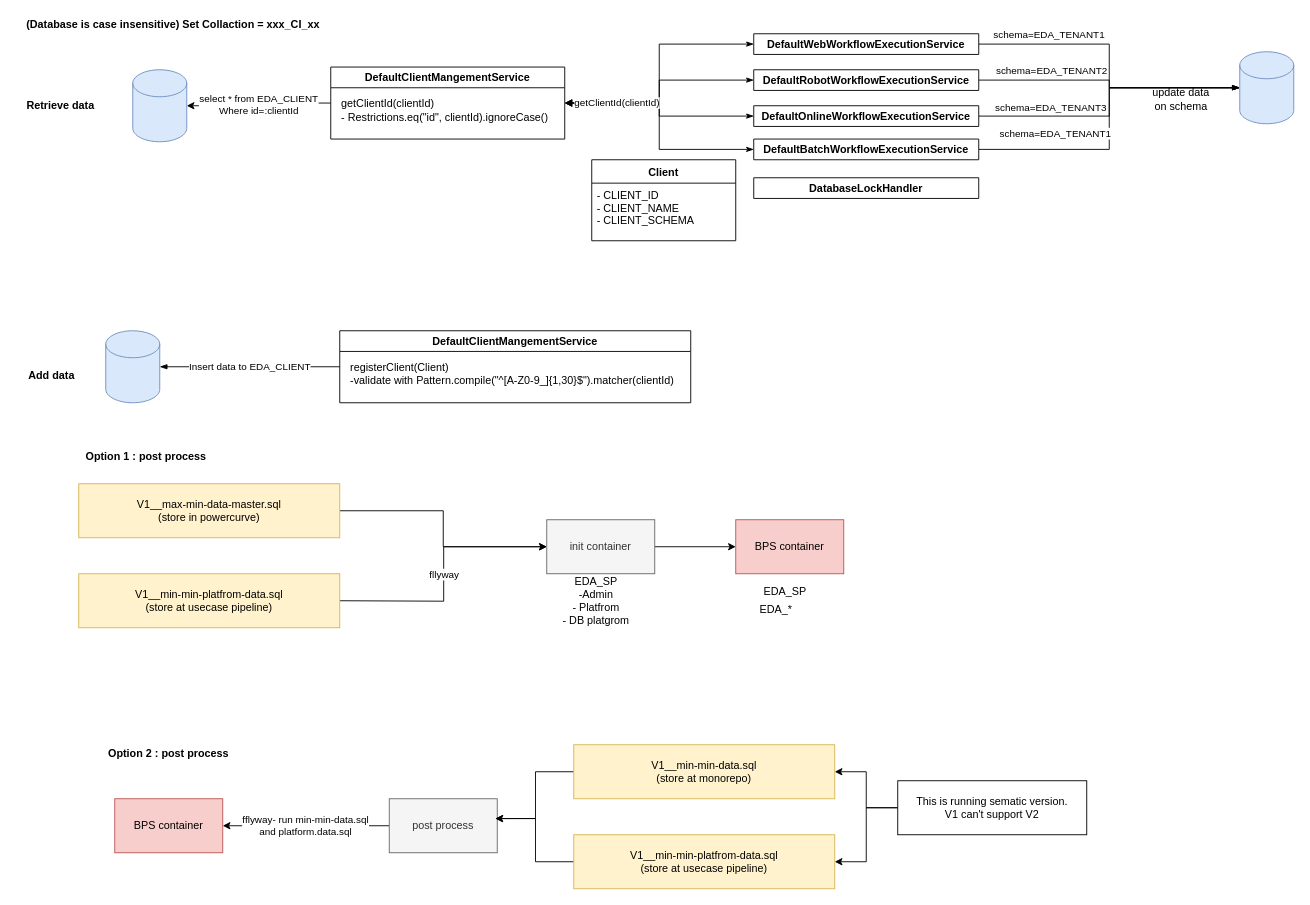
cjjian/Diagram keeps this draw.io diagram as BPS-Client-ID-Usage.drawio. Above is the earlier version. Source tidied: cells renumbered, new cells numbered last; positions are measured from the earlier drawing's top-left corner, leaving out a move shared by most shapes. Both pictures are drawn from the tidied source at 90%, with x=0, y=0 at pixel (15, 15).
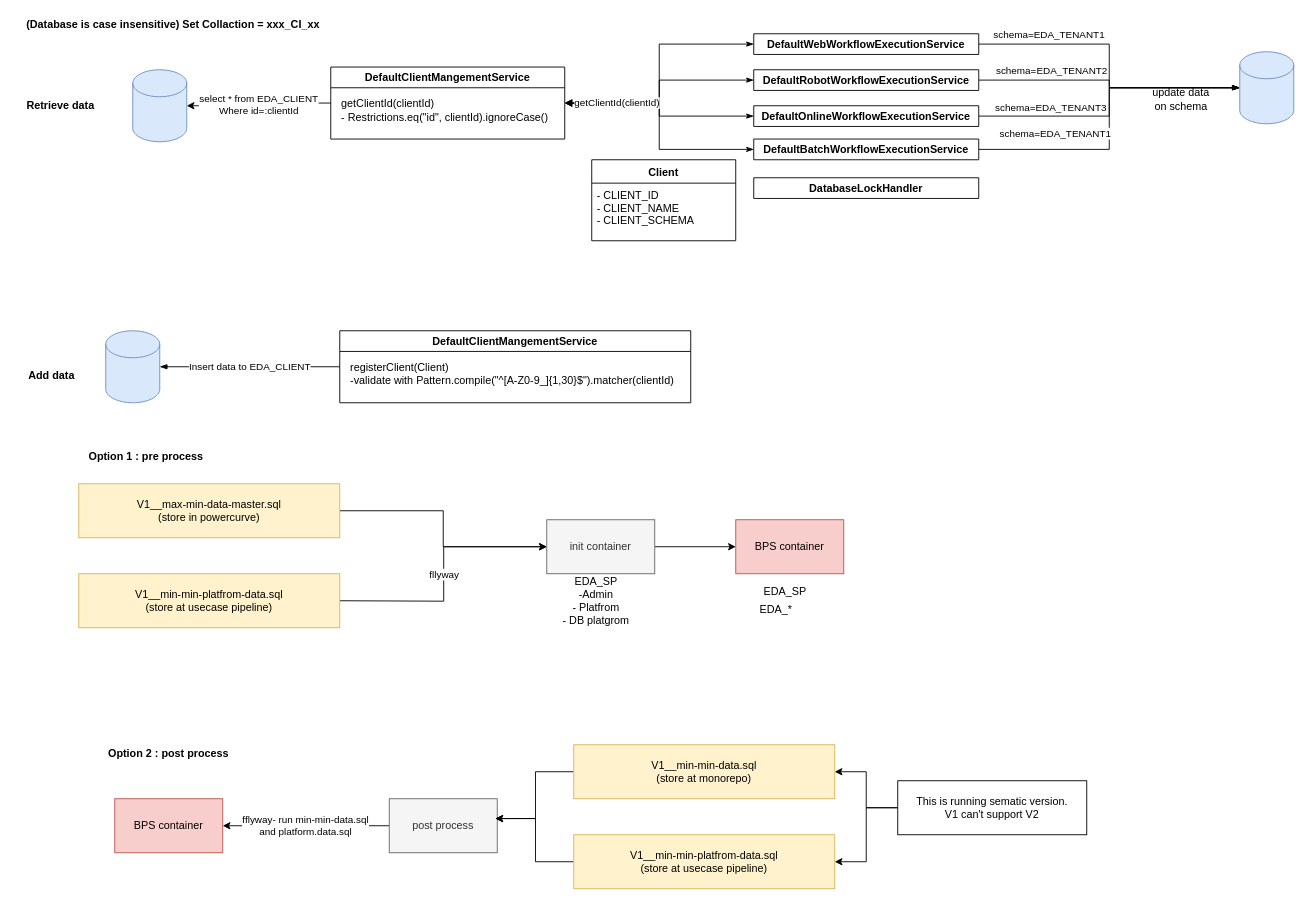
After the change.

Change to the diagram source:
```diff
@@
-    <mxCell id="42" value="Option 1 : post process" style="text;html=1;strokeColor=none;fillColor=none;align=center;verticalAlign=middle;whiteSpace=wrap;rounded=0;fontStyle=1;" parent="1" vertex="1">
+    <mxCell id="42" value="Option 1 : pre process" style="text;html=1;strokeColor=none;fillColor=none;align=center;verticalAlign=middle;whiteSpace=wrap;rounded=0;fontStyle=1;" parent="1" vertex="1">
       <mxGeometry x="30" y="480" width="230" height="20" as="geometry" />
     </mxCell>
```
